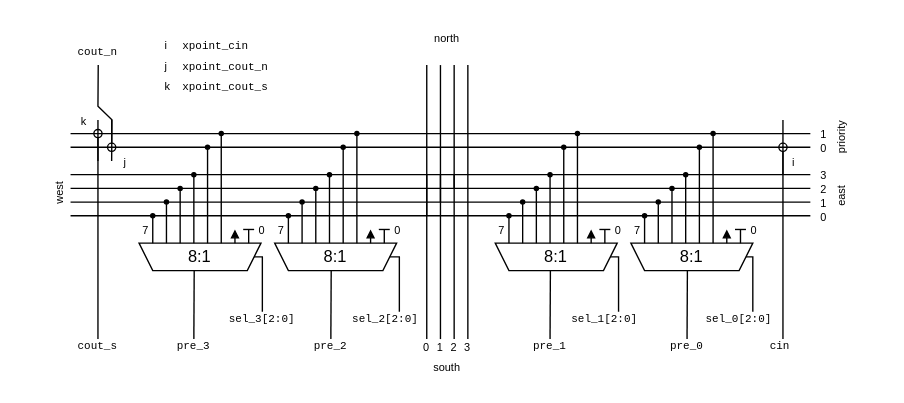
This is architecture/CBh-architecture.drawio from mnemocron/my-discrete-fpga, a draw.io file, before an edit. Source tidied: cells renumbered, new cells numbered last; positions are measured from the earlier drawing's top-left corner, leaving out a move shared by most shapes. Both pictures are drawn from the tidied source at 137%, with x=0, y=0 at pixel (27, 23).
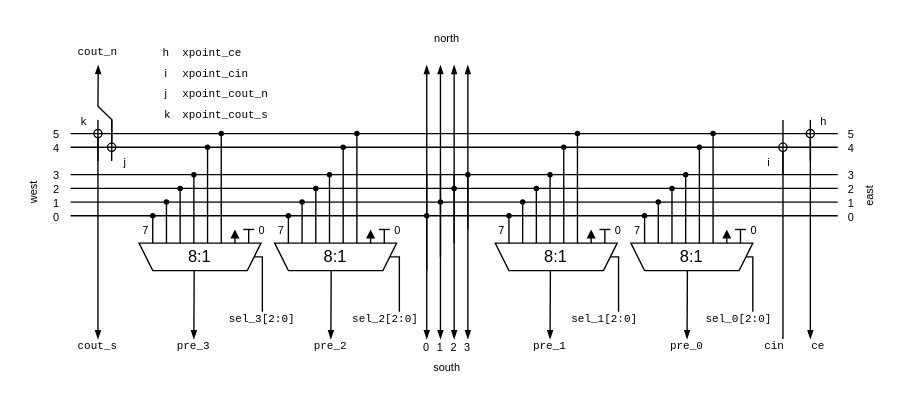
Above is the later version.

Diff of the diagram source:
```diff
@@
     <mxCell id="6" style="endArrow=none;html=1;rounded=0;" parent="1" edge="1">
       <mxGeometry relative="1" as="geometry">
-        <mxPoint x="571" y="140" as="sourcePoint" />
+        <mxPoint x="591" y="140" as="sourcePoint" />
         <mxPoint x="31" y="140" as="targetPoint" />
       </mxGeometry>
     </mxCell>
     <mxCell id="7" style="endArrow=none;html=1;rounded=0;" parent="1" edge="1">
       <mxGeometry relative="1" as="geometry">
-        <mxPoint x="571" y="130" as="sourcePoint" />
+        <mxPoint x="591" y="130" as="sourcePoint" />
         <mxPoint x="31" y="130" as="targetPoint" />
       </mxGeometry>
     </mxCell>
     <mxCell id="8" style="endArrow=none;html=1;rounded=0;" parent="1" edge="1">
       <mxGeometry relative="1" as="geometry">
-        <mxPoint x="571" y="120" as="sourcePoint" />
+        <mxPoint x="591" y="120" as="sourcePoint" />
         <mxPoint x="31" y="120" as="targetPoint" />
       </mxGeometry>
     </mxCell>
     <mxCell id="9" style="endArrow=none;html=1;rounded=0;" parent="1" edge="1">
       <mxGeometry relative="1" as="geometry">
-        <mxPoint x="571" y="110" as="sourcePoint" />
+        <mxPoint x="591" y="110" as="sourcePoint" />
         <mxPoint x="31" y="110" as="targetPoint" />
       </mxGeometry>
     </mxCell>
     <mxCell id="10" style="endArrow=none;html=1;rounded=0;" parent="1" edge="1">
       <mxGeometry relative="1" as="geometry">
-        <mxPoint x="571" y="90" as="sourcePoint" />
+        <mxPoint x="591" y="90" as="sourcePoint" />
         <mxPoint x="31" y="90" as="targetPoint" />
       </mxGeometry>
     </mxCell>
     <mxCell id="11" style="endArrow=none;html=1;rounded=0;" parent="1" edge="1">
       <mxGeometry relative="1" as="geometry">
-        <mxPoint x="571" y="80" as="sourcePoint" />
+        <mxPoint x="591" y="80" as="sourcePoint" />
         <mxPoint x="31" y="80" as="targetPoint" />
       </mxGeometry>
     </mxCell>
-    <mxCell id="12" style="endArrow=none;html=1;rounded=0;startArrow=none;startFill=0;endSize=4;startSize=3;strokeWidth=1;endFill=0;" parent="1" edge="1">
+    <mxCell id="12" style="endArrow=blockThin;html=1;rounded=0;startArrow=none;startFill=0;endSize=4;startSize=6;strokeWidth=1;endFill=1;" parent="1" edge="1">
       <mxGeometry relative="1" as="geometry">
         <mxPoint x="321" y="110" as="sourcePoint" />
         <mxPoint x="321" y="30" as="targetPoint" />
       </mxGeometry>
     </mxCell>
-    <mxCell id="13" style="endArrow=none;html=1;rounded=0;startArrow=none;startFill=0;endSize=4;startSize=3;strokeWidth=1;endFill=0;" parent="1" edge="1">
+    <mxCell id="13" style="endArrow=blockThin;html=1;rounded=0;startArrow=none;startFill=0;endSize=4;startSize=6;strokeWidth=1;endFill=1;" parent="1" edge="1">
       <mxGeometry relative="1" as="geometry">
         <mxPoint x="291" y="140" as="sourcePoint" />
         <mxPoint x="291" y="30" as="targetPoint" />
       </mxGeometry>
     </mxCell>
-    <mxCell id="14" style="endArrow=none;html=1;rounded=0;startArrow=none;startFill=0;endSize=4;startSize=3;strokeWidth=1;endFill=0;" parent="1" edge="1">
+    <mxCell id="14" style="endArrow=blockThin;html=1;rounded=0;startArrow=none;startFill=0;endSize=4;startSize=6;strokeWidth=1;endFill=1;" parent="1" edge="1">
       <mxGeometry relative="1" as="geometry">
         <mxPoint x="301" y="130" as="sourcePoint" />
         <mxPoint x="301" y="30" as="targetPoint" />
       </mxGeometry>
     </mxCell>
-    <mxCell id="15" style="endArrow=none;html=1;rounded=0;startArrow=none;startFill=0;endSize=4;startSize=3;strokeWidth=1;endFill=0;" parent="1" edge="1">
+    <mxCell id="15" style="endArrow=blockThin;html=1;rounded=0;startArrow=none;startFill=0;endSize=4;startSize=6;strokeWidth=1;endFill=1;" parent="1" edge="1">
       <mxGeometry relative="1" as="geometry">
         <mxPoint x="311" y="120" as="sourcePoint" />
         <mxPoint x="311" y="30" as="targetPoint" />
       </mxGeometry>
     </mxCell>
@@
-    <mxCell id="24" style="endArrow=none;html=1;rounded=0;strokeWidth=1;fontSize=10;startSize=3;endSize=3;" parent="1" edge="1">
+    <mxCell id="24" style="endArrow=blockThin;html=1;rounded=0;strokeWidth=1;fontSize=10;startSize=3;endSize=4;endFill=1;" parent="1" edge="1">
       <mxGeometry relative="1" as="geometry">
         <mxPoint x="61" y="100" as="sourcePoint" />
         <mxPoint x="51.2" y="30" as="targetPoint" />
         <Array as="points">
           <mxPoint x="61.2" y="70" />
           <mxPoint x="51" y="60" />
         </Array>
       </mxGeometry>
     </mxCell>
@@
-    <mxCell id="60" style="endArrow=none;html=1;rounded=0;fontSize=8;endFill=0;startArrow=none;startFill=0;" parent="1" edge="1">
+    <mxCell id="60" style="endArrow=none;html=1;rounded=0;fontSize=8;endFill=0;startArrow=blockThin;startFill=1;startSize=4;" parent="1" edge="1">
       <mxGeometry relative="1" as="geometry">
         <mxPoint x="291" y="230" as="sourcePoint" />
         <mxPoint x="291" y="110" as="targetPoint" />
       </mxGeometry>
     </mxCell>
-    <mxCell id="61" style="endArrow=none;html=1;rounded=0;fontSize=8;endFill=0;startArrow=none;startFill=0;" parent="1" edge="1">
+    <mxCell id="61" style="endArrow=none;html=1;rounded=0;fontSize=8;endFill=0;startArrow=blockThin;startFill=1;startSize=4;" parent="1" edge="1">
       <mxGeometry relative="1" as="geometry">
         <mxPoint x="301" y="230" as="sourcePoint" />
         <mxPoint x="301" y="110" as="targetPoint" />
       </mxGeometry>
     </mxCell>
-    <mxCell id="62" style="endArrow=none;html=1;rounded=0;fontSize=8;endFill=0;startArrow=none;startFill=0;" parent="1" edge="1">
+    <mxCell id="62" style="endArrow=none;html=1;rounded=0;fontSize=8;endFill=0;startArrow=blockThin;startFill=1;startSize=4;" parent="1" edge="1">
       <mxGeometry relative="1" as="geometry">
         <mxPoint x="321" y="230" as="sourcePoint" />
         <mxPoint x="321" y="110" as="targetPoint" />
       </mxGeometry>
     </mxCell>
-    <mxCell id="63" style="endArrow=none;html=1;rounded=0;fontSize=8;endFill=0;startArrow=none;startFill=0;" parent="1" edge="1">
+    <mxCell id="63" style="endArrow=none;html=1;rounded=0;fontSize=8;endFill=0;startArrow=blockThin;startFill=1;startSize=4;" parent="1" edge="1">
       <mxGeometry relative="1" as="geometry">
         <mxPoint x="311" y="230" as="sourcePoint" />
         <mxPoint x="311" y="110" as="targetPoint" />
       </mxGeometry>
     </mxCell>
-    <mxCell id="64" style="endArrow=none;html=1;rounded=0;startArrow=oval;startFill=0;" parent="1" edge="1">
+    <mxCell id="64" style="endArrow=blockThin;html=1;rounded=0;startArrow=oval;startFill=0;endFill=1;endSize=4;" parent="1" edge="1">
       <mxGeometry relative="1" as="geometry">
         <mxPoint x="51" y="80" as="sourcePoint" />
         <mxPoint x="51" y="230" as="targetPoint" />
       </mxGeometry>
     </mxCell>
@@
-    <mxCell id="66" style="endArrow=none;html=1;rounded=0;fontSize=8;" parent="1" edge="1">
+    <mxCell id="66" style="endArrow=none;html=1;rounded=0;fontSize=8;startArrow=blockThin;startFill=1;endSize=6;startSize=4;" parent="1" edge="1">
       <mxGeometry relative="1" as="geometry">
         <mxPoint x="121" y="230" as="sourcePoint" />
         <mxPoint x="121.3" y="170" as="targetPoint" />
       </mxGeometry>
     </mxCell>
-    <mxCell id="67" style="endArrow=none;html=1;rounded=0;fontSize=8;" parent="1" edge="1">
+    <mxCell id="67" style="endArrow=none;html=1;rounded=0;fontSize=8;startSize=4;startArrow=blockThin;startFill=1;" parent="1" edge="1">
       <mxGeometry relative="1" as="geometry">
         <mxPoint x="221" y="230" as="sourcePoint" />
         <mxPoint x="221.3" y="170" as="targetPoint" />
       </mxGeometry>
     </mxCell>
-    <mxCell id="68" style="endArrow=none;html=1;rounded=0;fontSize=8;" parent="1" edge="1">
+    <mxCell id="68" style="endArrow=none;html=1;rounded=0;fontSize=8;startArrow=blockThin;startFill=1;startSize=4;" parent="1" edge="1">
       <mxGeometry relative="1" as="geometry">
         <mxPoint x="381" y="230" as="sourcePoint" />
         <mxPoint x="381.3" y="170" as="targetPoint" />
       </mxGeometry>
     </mxCell>
-    <mxCell id="69" style="endArrow=none;html=1;rounded=0;fontSize=8;" parent="1" edge="1">
+    <mxCell id="69" style="endArrow=none;html=1;rounded=0;fontSize=8;startArrow=blockThin;startFill=1;startSize=4;" parent="1" edge="1">
       <mxGeometry relative="1" as="geometry">
         <mxPoint x="481" y="230" as="sourcePoint" />
         <mxPoint x="481.3" y="170" as="targetPoint" />
       </mxGeometry>
     </mxCell>
@@
     <mxCell id="76" value="&lt;font style=&quot;font-size: 8px;&quot;&gt;west&lt;/font&gt;" style="text;html=1;strokeColor=none;fillColor=none;align=center;verticalAlign=middle;whiteSpace=wrap;rounded=0;strokeWidth=2;fontSize=10;rotation=270;" parent="1" vertex="1">
-      <mxGeometry x="0.4" y="116.9" width="43.8" height="12.5" as="geometry" />
+      <mxGeometry x="-19" y="116.9" width="43.8" height="12.5" as="geometry" />
     </mxCell>
     <mxCell id="77" value="&lt;font style=&quot;font-size: 8px;&quot;&gt;east&lt;/font&gt;" style="text;html=1;strokeColor=none;fillColor=none;align=center;verticalAlign=middle;whiteSpace=wrap;rounded=0;strokeWidth=2;fontSize=10;rotation=270;" parent="1" vertex="1">
-      <mxGeometry x="571" y="116.9" width="43.8" height="17.8" as="geometry" />
+      <mxGeometry x="591" y="116.9" width="43.8" height="17.8" as="geometry" />
     </mxCell>
@@
     <mxCell id="82" value="&lt;font face=&quot;Courier New&quot;&gt;cin&lt;/font&gt;" style="text;html=1;strokeColor=none;fillColor=none;align=center;verticalAlign=middle;whiteSpace=wrap;rounded=0;fontSize=8;" parent="1" vertex="1">
-      <mxGeometry x="529" y="230" width="40" height="10" as="geometry" />
+      <mxGeometry x="529" y="230" width="32" height="10" as="geometry" />
     </mxCell>
@@
     <mxCell id="85" value="&lt;span style=&quot;font-size: 8px;&quot;&gt;i&lt;/span&gt;" style="text;html=1;strokeColor=none;fillColor=none;align=center;verticalAlign=middle;whiteSpace=wrap;rounded=0;" parent="1" vertex="1">
-      <mxGeometry x="549" y="90" width="20" height="20" as="geometry" />
+      <mxGeometry x="531" y="90" width="20" height="20" as="geometry" />
     </mxCell>
@@
     <mxCell id="88" value="&lt;span style=&quot;font-size: 8px;&quot;&gt;i&lt;br&gt;&lt;/span&gt;" style="text;html=1;strokeColor=none;fillColor=none;align=center;verticalAlign=middle;whiteSpace=wrap;rounded=0;" parent="1" vertex="1">
-      <mxGeometry x="91" y="10" width="20" height="10" as="geometry" />
+      <mxGeometry x="91" y="30" width="20" height="10" as="geometry" />
     </mxCell>
     <mxCell id="89" value="&lt;span style=&quot;font-size: 8px;&quot;&gt;j&lt;br&gt;&lt;/span&gt;" style="text;html=1;strokeColor=none;fillColor=none;align=center;verticalAlign=middle;whiteSpace=wrap;rounded=0;" parent="1" vertex="1">
-      <mxGeometry x="91" y="20" width="20" height="20" as="geometry" />
+      <mxGeometry x="91" y="40" width="20" height="20" as="geometry" />
     </mxCell>
     <mxCell id="90" value="&lt;span style=&quot;font-size: 8px;&quot;&gt;k&lt;br&gt;&lt;/span&gt;" style="text;html=1;strokeColor=none;fillColor=none;align=center;verticalAlign=middle;whiteSpace=wrap;rounded=0;" parent="1" vertex="1">
-      <mxGeometry x="92" y="40" width="20" height="10" as="geometry" />
+      <mxGeometry x="92" y="60" width="20" height="10" as="geometry" />
     </mxCell>
     <mxCell id="91" value="&lt;div style=&quot;&quot;&gt;&lt;span style=&quot;font-family: &amp;quot;Courier New&amp;quot;; font-size: 8px; background-color: initial;&quot;&gt;xpoint_cin&lt;/span&gt;&lt;/div&gt;" style="text;html=1;strokeColor=none;fillColor=none;align=left;verticalAlign=middle;whiteSpace=wrap;rounded=0;" parent="1" vertex="1">
-      <mxGeometry x="111" y="10" width="80" height="10" as="geometry" />
+      <mxGeometry x="111" y="30" width="80" height="10" as="geometry" />
     </mxCell>
     <mxCell id="92" value="&lt;div style=&quot;&quot;&gt;&lt;span style=&quot;font-family: &amp;quot;Courier New&amp;quot;; font-size: 8px; background-color: initial;&quot;&gt;xpoint_cout_n&lt;/span&gt;&lt;/div&gt;" style="text;html=1;strokeColor=none;fillColor=none;align=left;verticalAlign=middle;whiteSpace=wrap;rounded=0;" parent="1" vertex="1">
-      <mxGeometry x="111" y="20" width="80" height="20" as="geometry" />
+      <mxGeometry x="111" y="40" width="80" height="20" as="geometry" />
     </mxCell>
     <mxCell id="93" value="&lt;div style=&quot;&quot;&gt;&lt;span style=&quot;font-family: &amp;quot;Courier New&amp;quot;; font-size: 8px;&quot;&gt;xpoint_cout_s&lt;/span&gt;&lt;br&gt;&lt;/div&gt;" style="text;html=1;strokeColor=none;fillColor=none;align=left;verticalAlign=middle;whiteSpace=wrap;rounded=0;" parent="1" vertex="1">
-      <mxGeometry x="111" y="40" width="80" height="10" as="geometry" />
+      <mxGeometry x="111" y="60" width="80" height="10" as="geometry" />
     </mxCell>
@@
     <mxCell id="98" value="&lt;font style=&quot;font-size: 8px;&quot;&gt;0&lt;/font&gt;" style="text;html=1;strokeColor=none;fillColor=none;align=center;verticalAlign=middle;whiteSpace=wrap;rounded=0;" parent="1" vertex="1">
-      <mxGeometry x="571" y="130" width="20" height="20" as="geometry" />
+      <mxGeometry x="591" y="130" width="20" height="20" as="geometry" />
     </mxCell>
     <mxCell id="99" value="&lt;font style=&quot;font-size: 8px;&quot;&gt;1&lt;/font&gt;" style="text;html=1;strokeColor=none;fillColor=none;align=center;verticalAlign=middle;whiteSpace=wrap;rounded=0;" parent="1" vertex="1">
-      <mxGeometry x="571" y="120" width="20" height="20" as="geometry" />
+      <mxGeometry x="591" y="120" width="20" height="20" as="geometry" />
     </mxCell>
     <mxCell id="100" value="&lt;font style=&quot;font-size: 8px;&quot;&gt;2&lt;/font&gt;" style="text;html=1;strokeColor=none;fillColor=none;align=center;verticalAlign=middle;whiteSpace=wrap;rounded=0;" parent="1" vertex="1">
-      <mxGeometry x="571" y="110" width="20" height="20" as="geometry" />
+      <mxGeometry x="591" y="110" width="20" height="20" as="geometry" />
     </mxCell>
     <mxCell id="101" value="&lt;font style=&quot;font-size: 8px;&quot;&gt;3&lt;/font&gt;" style="text;html=1;strokeColor=none;fillColor=none;align=center;verticalAlign=middle;whiteSpace=wrap;rounded=0;" parent="1" vertex="1">
-      <mxGeometry x="571" y="100" width="20" height="20" as="geometry" />
+      <mxGeometry x="591" y="100" width="20" height="20" as="geometry" />
     </mxCell>
-    <mxCell id="102" value="&lt;font style=&quot;font-size: 8px;&quot;&gt;0&lt;/font&gt;" style="text;html=1;strokeColor=none;fillColor=none;align=center;verticalAlign=middle;whiteSpace=wrap;rounded=0;" parent="1" vertex="1">
-      <mxGeometry x="571" y="80" width="20" height="20" as="geometry" />
+    <mxCell id="102" value="&lt;font style=&quot;font-size: 8px;&quot;&gt;4&lt;/font&gt;" style="text;html=1;strokeColor=none;fillColor=none;align=center;verticalAlign=middle;whiteSpace=wrap;rounded=0;" parent="1" vertex="1">
+      <mxGeometry x="591" y="80" width="20" height="20" as="geometry" />
     </mxCell>
-    <mxCell id="103" value="&lt;font style=&quot;font-size: 8px;&quot;&gt;1&lt;/font&gt;" style="text;html=1;strokeColor=none;fillColor=none;align=center;verticalAlign=middle;whiteSpace=wrap;rounded=0;" parent="1" vertex="1">
-      <mxGeometry x="571" y="70" width="20" height="20" as="geometry" />
+    <mxCell id="103" value="&lt;font style=&quot;font-size: 8px;&quot;&gt;5&lt;/font&gt;" style="text;html=1;strokeColor=none;fillColor=none;align=center;verticalAlign=middle;whiteSpace=wrap;rounded=0;" parent="1" vertex="1">
+      <mxGeometry x="591" y="70" width="20" height="20" as="geometry" />
     </mxCell>
-    <mxCell id="104" value="&lt;font style=&quot;font-size: 8px;&quot;&gt;priority&lt;br&gt;&lt;/font&gt;" style="text;html=1;strokeColor=none;fillColor=none;align=center;verticalAlign=middle;whiteSpace=wrap;rounded=0;strokeWidth=2;fontSize=10;rotation=270;" parent="1" vertex="1">
-      <mxGeometry x="572.9" y="74" width="40" height="17.8" as="geometry" />
-    </mxCell>
@@
+    <mxCell id="109" style="endArrow=blockThin;html=1;rounded=0;startArrow=oval;startFill=0;endFill=1;endSize=4;" parent="1" edge="1">
+      <mxGeometry relative="1" as="geometry">
+        <mxPoint x="571" y="80" as="sourcePoint" />
+        <mxPoint x="571" y="230" as="targetPoint" />
+      </mxGeometry>
+    </mxCell>
+    <mxCell id="110" style="endArrow=none;html=1;rounded=0;fontSize=8;" parent="1" edge="1">
+      <mxGeometry relative="1" as="geometry">
+        <mxPoint x="571" y="100" as="sourcePoint" />
+        <mxPoint x="571" y="70" as="targetPoint" />
+      </mxGeometry>
+    </mxCell>
+    <mxCell id="111" value="&lt;span style=&quot;font-size: 8px;&quot;&gt;h&lt;br&gt;&lt;/span&gt;" style="text;html=1;strokeColor=none;fillColor=none;align=center;verticalAlign=middle;whiteSpace=wrap;rounded=0;" parent="1" vertex="1">
+      <mxGeometry x="91" y="10" width="20" height="20" as="geometry" />
+    </mxCell>
+    <mxCell id="112" value="&lt;div style=&quot;&quot;&gt;&lt;span style=&quot;font-family: &amp;quot;Courier New&amp;quot;; font-size: 8px; background-color: initial;&quot;&gt;xpoint_ce&lt;/span&gt;&lt;/div&gt;" style="text;html=1;strokeColor=none;fillColor=none;align=left;verticalAlign=middle;whiteSpace=wrap;rounded=0;" parent="1" vertex="1">
+      <mxGeometry x="111" y="10" width="80" height="20" as="geometry" />
+    </mxCell>
+    <mxCell id="113" value="&lt;span style=&quot;font-size: 8px;&quot;&gt;h&lt;br&gt;&lt;/span&gt;" style="text;html=1;strokeColor=none;fillColor=none;align=center;verticalAlign=middle;whiteSpace=wrap;rounded=0;" parent="1" vertex="1">
+      <mxGeometry x="571" y="60" width="20" height="20" as="geometry" />
+    </mxCell>
+    <mxCell id="114" value="&lt;font face=&quot;Courier New&quot;&gt;ce&lt;/font&gt;" style="text;html=1;strokeColor=none;fillColor=none;align=center;verticalAlign=middle;whiteSpace=wrap;rounded=0;fontSize=8;" parent="1" vertex="1">
+      <mxGeometry x="561" y="230" width="32" height="10" as="geometry" />
+    </mxCell>
+    <mxCell id="115" style="endArrow=none;html=1;rounded=0;startArrow=oval;startFill=1;endSize=4;startSize=3;strokeWidth=1;" parent="1" edge="1">
+      <mxGeometry relative="1" as="geometry">
+        <mxPoint x="291" y="140" as="sourcePoint" />
+        <mxPoint x="291" y="180" as="targetPoint" />
+      </mxGeometry>
+    </mxCell>
+    <mxCell id="116" style="endArrow=none;html=1;rounded=0;startArrow=oval;startFill=1;endSize=4;startSize=3;strokeWidth=1;" parent="1" edge="1">
+      <mxGeometry relative="1" as="geometry">
+        <mxPoint x="301" y="130" as="sourcePoint" />
+        <mxPoint x="301" y="170" as="targetPoint" />
+      </mxGeometry>
+    </mxCell>
+    <mxCell id="117" style="endArrow=none;html=1;rounded=0;startArrow=oval;startFill=1;endSize=4;startSize=3;strokeWidth=1;" parent="1" edge="1">
+      <mxGeometry relative="1" as="geometry">
+        <mxPoint x="311" y="120" as="sourcePoint" />
+        <mxPoint x="311" y="160" as="targetPoint" />
+      </mxGeometry>
+    </mxCell>
+    <mxCell id="118" style="endArrow=none;html=1;rounded=0;startArrow=oval;startFill=1;endSize=4;startSize=3;strokeWidth=1;" parent="1" edge="1">
+      <mxGeometry relative="1" as="geometry">
+        <mxPoint x="321" y="110" as="sourcePoint" />
+        <mxPoint x="321" y="150" as="targetPoint" />
+      </mxGeometry>
+    </mxCell>
+    <mxCell id="119" value="&lt;font style=&quot;font-size: 8px;&quot;&gt;0&lt;/font&gt;" style="text;html=1;strokeColor=none;fillColor=none;align=center;verticalAlign=middle;whiteSpace=wrap;rounded=0;" parent="1" vertex="1">
+      <mxGeometry x="11" y="130" width="20" height="20" as="geometry" />
+    </mxCell>
+    <mxCell id="120" value="&lt;font style=&quot;font-size: 8px;&quot;&gt;1&lt;/font&gt;" style="text;html=1;strokeColor=none;fillColor=none;align=center;verticalAlign=middle;whiteSpace=wrap;rounded=0;" parent="1" vertex="1">
+      <mxGeometry x="11" y="120" width="20" height="20" as="geometry" />
+    </mxCell>
+    <mxCell id="121" value="&lt;font style=&quot;font-size: 8px;&quot;&gt;2&lt;/font&gt;" style="text;html=1;strokeColor=none;fillColor=none;align=center;verticalAlign=middle;whiteSpace=wrap;rounded=0;" parent="1" vertex="1">
+      <mxGeometry x="11" y="110" width="20" height="20" as="geometry" />
+    </mxCell>
+    <mxCell id="122" value="&lt;font style=&quot;font-size: 8px;&quot;&gt;3&lt;/font&gt;" style="text;html=1;strokeColor=none;fillColor=none;align=center;verticalAlign=middle;whiteSpace=wrap;rounded=0;" parent="1" vertex="1">
+      <mxGeometry x="11" y="100" width="20" height="20" as="geometry" />
+    </mxCell>
+    <mxCell id="123" value="&lt;font style=&quot;font-size: 8px;&quot;&gt;4&lt;/font&gt;" style="text;html=1;strokeColor=none;fillColor=none;align=center;verticalAlign=middle;whiteSpace=wrap;rounded=0;" parent="1" vertex="1">
+      <mxGeometry x="11" y="80" width="20" height="20" as="geometry" />
+    </mxCell>
+    <mxCell id="124" value="&lt;font style=&quot;font-size: 8px;&quot;&gt;5&lt;/font&gt;" style="text;html=1;strokeColor=none;fillColor=none;align=center;verticalAlign=middle;whiteSpace=wrap;rounded=0;" parent="1" vertex="1">
+      <mxGeometry x="11" y="70" width="20" height="20" as="geometry" />
+    </mxCell>
```
